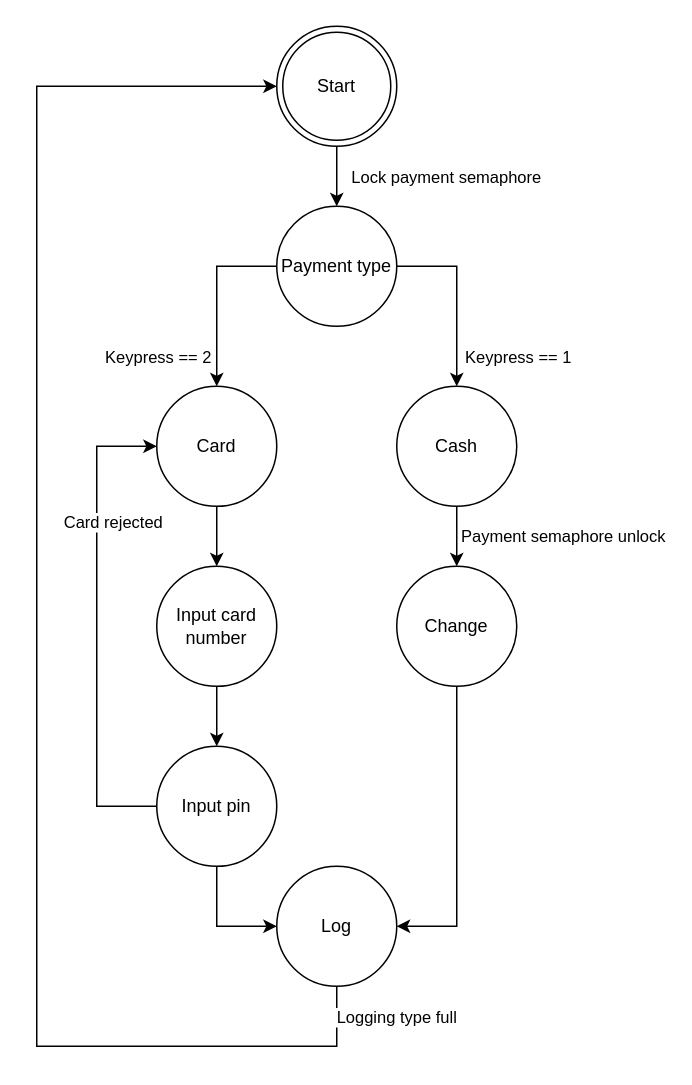
Megalegomand/RB4-EMP-Final-Assigment keeps this draw.io diagram as page "Payment FSM" (2 of 3) of taskdiagram.drawio. Above is the earlier version. Source tidied: cells renumbered, new cells numbered last; positions are measured from the earlier drawing's top-left corner, leaving out a move shared by most shapes. Both pictures are drawn from the tidied source at 150%, with x=0, y=0 at pixel (36, 26).
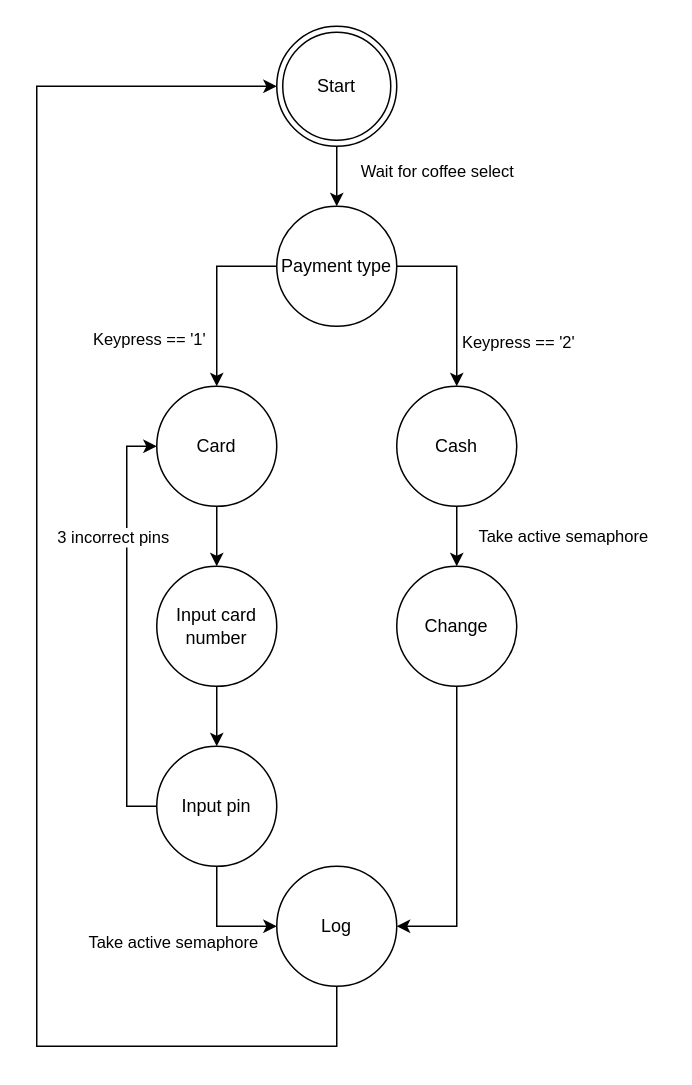
Above is the later version.

Unchanged cells that the change refers to:
```xml
<mxCell id="4" style="edgeStyle=orthogonalEdgeStyle;rounded=0;jettySize=auto;html=1;startArrow=none;startFill=0;" parent="1" edge="1" source="7" target="10">
  <mxGeometry relative="1" as="geometry">
    <Array as="points">
      <mxPoint x="280" y="160" />
    </Array>
  </mxGeometry>
</mxCell>
<mxCell id="8" style="edgeStyle=orthogonalEdgeStyle;rounded=0;jettySize=auto;html=1;startArrow=none;startFill=0;" parent="1" edge="1" source="10">
  <mxGeometry relative="1" as="geometry">
    <mxPoint x="280" y="360" as="targetPoint" />
  </mxGeometry>
</mxCell>
<mxCell id="12" value="Card" style="ellipse;whiteSpace=wrap;html=1;align=center;" parent="1" vertex="1">
  <mxGeometry x="80" y="240" width="80" height="80" as="geometry" />
</mxCell>
<mxCell id="21" value="Input pin" style="ellipse;whiteSpace=wrap;html=1;align=center;" parent="1" vertex="1">
  <mxGeometry x="80" y="480" width="80" height="80" as="geometry" />
</mxCell>
<mxCell id="23" style="edgeStyle=orthogonalEdgeStyle;rounded=0;jettySize=auto;html=1;entryX=0;entryY=0.5;entryDx=0;entryDy=0;startArrow=none;startFill=0;" parent="1" edge="1" source="25" target="3">
  <mxGeometry relative="1" as="geometry">
    <Array as="points">
      <mxPoint x="200" y="680" />
      <mxPoint y="680" />
      <mxPoint y="40" />
    </Array>
  </mxGeometry>
</mxCell>
<mxCell id="25" value="Log" style="ellipse;whiteSpace=wrap;html=1;align=center;" parent="1" vertex="1">
  <mxGeometry x="160" y="560" width="80" height="80" as="geometry" />
</mxCell>
```

Diff of the diagram source:
```diff
@@
-    <mxCell id="5" value="Keypress == 1" style="edgeLabel;html=1;align=center;verticalAlign=middle;" parent="4" vertex="1">
+    <mxCell id="5" value="Keypress == '2'" style="edgeLabel;html=1;align=center;verticalAlign=middle;" parent="4" vertex="1">
       <mxGeometry x="0.57" y="1" relative="1" as="geometry">
-        <mxPoint x="39" y="6" as="offset" />
+        <mxPoint x="39" y="-4" as="offset" />
       </mxGeometry>
     </mxCell>
@@
-    <mxCell id="9" value="Payment semaphore unlock" style="edgeLabel;html=1;align=center;verticalAlign=middle;" parent="8" vertex="1">
+    <mxCell id="9" value="Take active semaphore" style="edgeLabel;html=1;align=center;verticalAlign=middle;" parent="8" vertex="1">
       <mxGeometry x="0.18" y="1" relative="1" as="geometry">
         <mxPoint x="69" y="-4" as="offset" />
       </mxGeometry>
     </mxCell>
@@
-    <mxCell id="13" value="Keypress == 2" style="edgeLabel;html=1;align=center;verticalAlign=middle;" parent="1" vertex="1">
-      <mxGeometry x="80" y="220" as="geometry" />
+    <mxCell id="13" value="Keypress == '1'" style="edgeLabel;html=1;align=center;verticalAlign=middle;" parent="1" vertex="1">
+      <mxGeometry x="90" y="210" as="geometry">
+        <mxPoint x="-16" y="-2" as="offset" />
+      </mxGeometry>
     </mxCell>
@@
+    <mxCell id="20" style="edgeStyle=orthogonalEdgeStyle;rounded=0;jettySize=auto;html=1;entryX=0;entryY=0.5;entryDx=0;entryDy=0;startArrow=none;startFill=0;" parent="1" edge="1" source="21" target="25">
+      <mxGeometry relative="1" as="geometry" />
+    </mxCell>
+    <mxCell id="26" value="Take active semaphore" style="edgeLabel;html=1;align=center;verticalAlign=middle;" parent="20" vertex="1">
+      <mxGeometry x="-0.07" relative="1" as="geometry">
+        <mxPoint x="-30" y="13" as="offset" />
+      </mxGeometry>
+    </mxCell>
-    <mxCell id="18" style="rounded=0;jettySize=auto;html=1;entryX=0;entryY=0.5;entryDx=0;entryDy=0;startArrow=none;startFill=0;edgeStyle=orthogonalEdgeStyle;" parent="1" edge="1" source="21" target="12">
+    <mxCell id="18" style="edgeStyle=orthogonalEdgeStyle;rounded=0;jettySize=auto;html=1;entryX=0;entryY=0.5;entryDx=0;entryDy=0;" parent="1" edge="1" source="21" target="12">
       <mxGeometry relative="1" as="geometry">
         <Array as="points">
-          <mxPoint x="40" y="520" />
-          <mxPoint x="40" y="280" />
+          <mxPoint x="60" y="520" />
+          <mxPoint x="60" y="280" />
         </Array>
       </mxGeometry>
     </mxCell>
-    <mxCell id="19" value="Card rejected" style="edgeLabel;html=1;align=center;verticalAlign=middle;" parent="18" vertex="1">
-      <mxGeometry x="0.25" y="2" relative="1" as="geometry">
-        <mxPoint x="12" y="-30" as="offset" />
-      </mxGeometry>
-    </mxCell>
-    <mxCell id="20" style="edgeStyle=orthogonalEdgeStyle;rounded=0;jettySize=auto;html=1;entryX=0;entryY=0.5;entryDx=0;entryDy=0;startArrow=none;startFill=0;" parent="1" edge="1" source="21" target="25">
-      <mxGeometry relative="1" as="geometry" />
-    </mxCell>
+    <mxCell id="27" value="3 incorrect pins" style="edgeLabel;html=1;align=center;verticalAlign=middle;" parent="18" vertex="1">
+      <mxGeometry x="-0.39" y="-1" relative="1" as="geometry">
+        <mxPoint x="-11" y="-115" as="offset" />
+      </mxGeometry>
+    </mxCell>
@@
-    <mxCell id="22" value="Lock payment semaphore" style="edgeLabel;html=1;align=center;verticalAlign=middle;" parent="1" vertex="1">
+    <mxCell id="22" value="Wait for coffee select" style="edgeLabel;html=1;align=center;verticalAlign=middle;" parent="1" vertex="1">
       <mxGeometry x="280" y="100" as="geometry">
-        <mxPoint x="-8" as="offset" />
+        <mxPoint x="-14" y="-4" as="offset" />
       </mxGeometry>
     </mxCell>
@@
-    <mxCell id="24" value="Logging type full" style="edgeLabel;html=1;align=center;verticalAlign=middle;" parent="23" vertex="1">
-      <mxGeometry x="-0.9" y="-3" relative="1" as="geometry">
-        <mxPoint x="51" y="-17" as="offset" />
-      </mxGeometry>
-    </mxCell>
```
